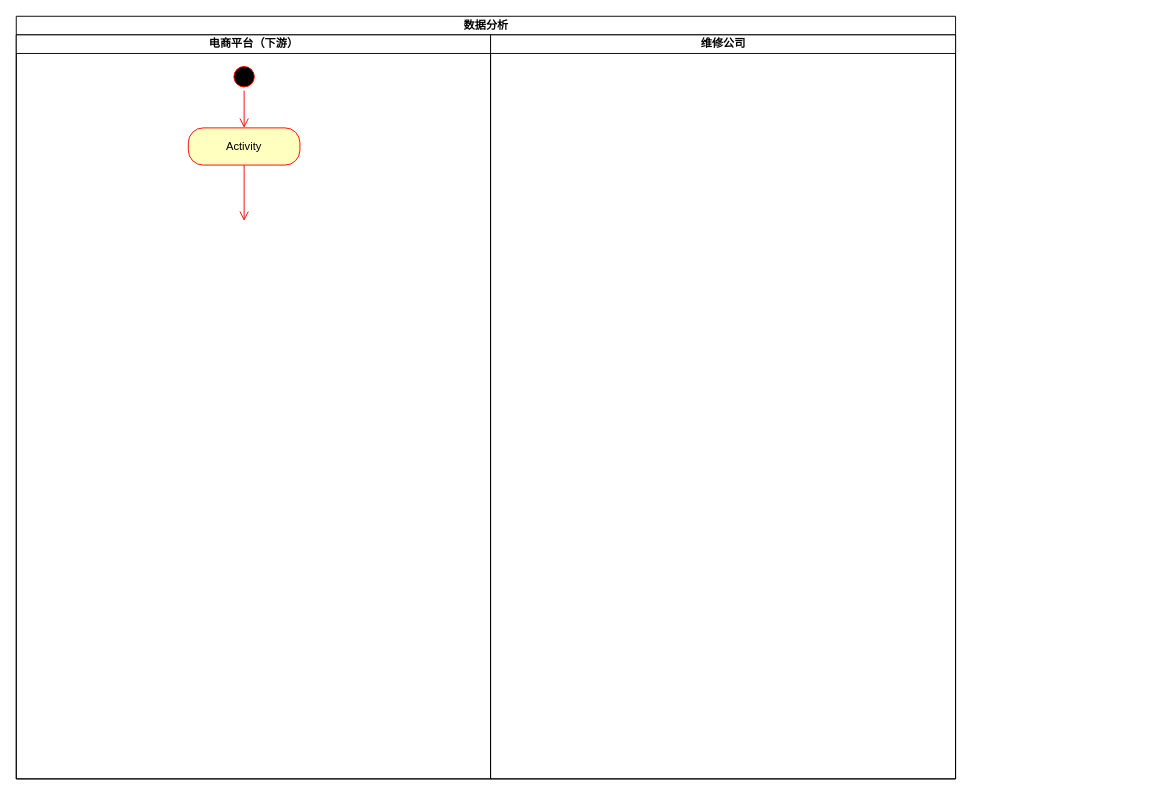
Earlier version of the draw.io diagram 数据分析活动图.drawio (2919282119/charts). Source tidied: cells renumbered, new cells numbered last; positions are measured from the earlier drawing's top-left corner, leaving out a move shared by most shapes. Both pictures are drawn from the tidied source at 93%, with x=0, y=0 at pixel (16, 16).
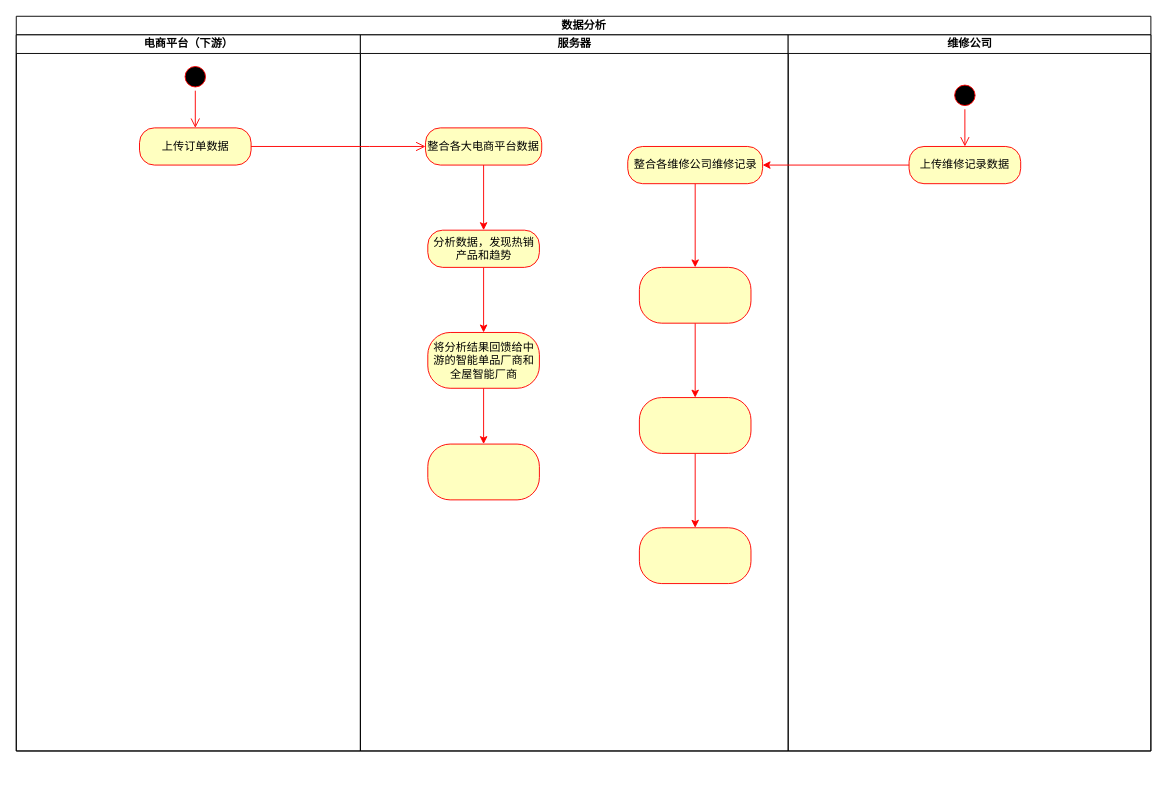
Above is the later version.

Commit message:
更新数据分析活动图.drawio

Diff of the diagram source:
```diff
@@
     <mxCell id="2" value="数据分析" style="swimlane;startSize=20;html=1;" parent="1" vertex="1">
-      <mxGeometry width="1010" height="820" as="geometry" />
+      <mxGeometry width="1220" height="790" as="geometry" />
     </mxCell>
     <mxCell id="3" value="电商平台（下游）" style="swimlane;startSize=20;html=1;" parent="2" vertex="1">
-      <mxGeometry y="20" width="510" height="800" as="geometry" />
+      <mxGeometry y="20" width="370" height="770" as="geometry" />
     </mxCell>
-    <mxCell id="4" style="ellipse;html=1;shape=startState;fillColor=#000000;strokeColor=#ff0000;" parent="3" vertex="1">
-      <mxGeometry x="230" y="30" width="30" height="30" as="geometry" />
-    </mxCell>
-    <mxCell id="5" style="edgeStyle=orthogonalEdgeStyle;html=1;verticalAlign=bottom;endArrow=open;endSize=8;strokeColor=#ff0000;rounded=0;entryX=0.5;entryY=0;entryDx=0;entryDy=0;" parent="3" edge="1" source="4" target="6">
-      <mxGeometry relative="1" as="geometry" />
-    </mxCell>
-    <mxCell id="6" value="Activity" style="rounded=1;whiteSpace=wrap;html=1;arcSize=40;fontColor=#000000;fillColor=#ffffc0;strokeColor=#ff0000;" parent="3" vertex="1">
-      <mxGeometry x="185" y="100" width="120" height="40" as="geometry" />
-    </mxCell>
-    <mxCell id="7" style="edgeStyle=orthogonalEdgeStyle;html=1;verticalAlign=bottom;endArrow=open;endSize=8;strokeColor=#ff0000;rounded=0;" parent="3" edge="1" source="6">
-      <mxGeometry relative="1" as="geometry">
-        <mxPoint x="245" y="200" as="targetPoint" />
-      </mxGeometry>
-    </mxCell>
+    <mxCell id="9" style="ellipse;html=1;shape=startState;fillColor=#000000;strokeColor=#ff0000;" parent="3" vertex="1">
+      <mxGeometry x="177.5" y="30" width="30" height="30" as="geometry" />
+    </mxCell>
+    <mxCell id="10" style="edgeStyle=orthogonalEdgeStyle;html=1;verticalAlign=bottom;endArrow=open;endSize=8;strokeColor=#ff0000;rounded=0;entryX=0.5;entryY=0;entryDx=0;entryDy=0;" parent="3" edge="1" source="9" target="11">
+      <mxGeometry relative="1" as="geometry" />
+    </mxCell>
+    <mxCell id="11" value="上传订单数据" style="rounded=1;whiteSpace=wrap;html=1;arcSize=40;fontColor=#000000;fillColor=#ffffc0;strokeColor=#ff0000;" parent="3" vertex="1">
+      <mxGeometry x="132.5" y="100" width="120" height="40" as="geometry" />
+    </mxCell>
+    <mxCell id="12" value="服务器" style="swimlane;startSize=20;html=1;" parent="2" vertex="1">
+      <mxGeometry x="370" y="20" width="460" height="770" as="geometry" />
+    </mxCell>
+    <mxCell id="13" style="edgeStyle=orthogonalEdgeStyle;rounded=0;jettySize=auto;html=1;strokeColor=#FF0000;" parent="12" edge="1" source="14" target="22">
+      <mxGeometry relative="1" as="geometry" />
+    </mxCell>
+    <mxCell id="14" value="整合各大电商平台数据" style="rounded=1;whiteSpace=wrap;html=1;arcSize=40;fontColor=#000000;fillColor=#ffffc0;strokeColor=#ff0000;" parent="12" vertex="1">
+      <mxGeometry x="70" y="100" width="125" height="40" as="geometry" />
+    </mxCell>
+    <mxCell id="15" style="edgeStyle=orthogonalEdgeStyle;rounded=0;jettySize=auto;html=1;strokeColor=#FF0000;" parent="12" edge="1" source="16" target="18">
+      <mxGeometry relative="1" as="geometry" />
+    </mxCell>
+    <mxCell id="16" value="整合各维修公司维修记录" style="whiteSpace=wrap;html=1;fillColor=#ffffc0;strokeColor=#ff0000;fontColor=#000000;rounded=1;arcSize=40;" parent="12" vertex="1">
+      <mxGeometry x="287.5" y="120" width="145" height="40" as="geometry" />
+    </mxCell>
+    <mxCell id="17" style="edgeStyle=orthogonalEdgeStyle;rounded=0;jettySize=auto;html=1;strokeColor=#FF0000;" parent="12" edge="1" source="18" target="20">
+      <mxGeometry relative="1" as="geometry" />
+    </mxCell>
+    <mxCell id="18" style="whiteSpace=wrap;html=1;fillColor=#ffffc0;strokeColor=#ff0000;fontColor=#000000;rounded=1;arcSize=40;" parent="12" vertex="1">
+      <mxGeometry x="300" y="250" width="120" height="60" as="geometry" />
+    </mxCell>
+    <mxCell id="19" style="edgeStyle=orthogonalEdgeStyle;rounded=0;jettySize=auto;html=1;strokeColor=#FF0000;" parent="12" edge="1" source="20" target="26">
+      <mxGeometry relative="1" as="geometry" />
+    </mxCell>
+    <mxCell id="20" style="whiteSpace=wrap;html=1;fillColor=#ffffc0;strokeColor=#ff0000;fontColor=#000000;rounded=1;arcSize=40;" parent="12" vertex="1">
+      <mxGeometry x="300" y="390" width="120" height="60" as="geometry" />
+    </mxCell>
+    <mxCell id="21" style="edgeStyle=orthogonalEdgeStyle;rounded=0;jettySize=auto;html=1;strokeColor=#FF0000;" parent="12" edge="1" source="22" target="24">
+      <mxGeometry relative="1" as="geometry" />
+    </mxCell>
+    <mxCell id="22" value="分析数据，发现热销产品和趋势" style="whiteSpace=wrap;html=1;fillColor=#ffffc0;strokeColor=#ff0000;fontColor=#000000;rounded=1;arcSize=40;" parent="12" vertex="1">
+      <mxGeometry x="72.5" y="210" width="120" height="40" as="geometry" />
+    </mxCell>
+    <mxCell id="23" style="edgeStyle=orthogonalEdgeStyle;rounded=0;jettySize=auto;html=1;strokeColor=#FF0000;" parent="12" edge="1" source="24" target="25">
+      <mxGeometry relative="1" as="geometry" />
+    </mxCell>
+    <mxCell id="24" value="将分析结果回馈给中游的智能单品厂商和全屋智能厂商" style="whiteSpace=wrap;html=1;fillColor=#ffffc0;strokeColor=#ff0000;fontColor=#000000;rounded=1;arcSize=40;" parent="12" vertex="1">
+      <mxGeometry x="72.5" y="320" width="120" height="60" as="geometry" />
+    </mxCell>
+    <mxCell id="25" style="whiteSpace=wrap;html=1;fillColor=#ffffc0;strokeColor=#ff0000;fontColor=#000000;rounded=1;arcSize=40;" parent="12" vertex="1">
+      <mxGeometry x="72.5" y="440" width="120" height="60" as="geometry" />
+    </mxCell>
+    <mxCell id="26" style="whiteSpace=wrap;html=1;fillColor=#ffffc0;strokeColor=#ff0000;fontColor=#000000;rounded=1;arcSize=40;" parent="12" vertex="1">
+      <mxGeometry x="300" y="530" width="120" height="60" as="geometry" />
+    </mxCell>
     <mxCell id="8" value="维修公司" style="swimlane;startSize=20;html=1;" parent="2" vertex="1">
-      <mxGeometry x="510" y="20" width="500" height="800" as="geometry" />
+      <mxGeometry x="830" y="20" width="390" height="770" as="geometry" />
     </mxCell>
+    <mxCell id="27" style="ellipse;html=1;shape=startState;fillColor=#000000;strokeColor=#ff0000;" parent="8" vertex="1">
+      <mxGeometry x="175" y="50" width="30" height="30" as="geometry" />
+    </mxCell>
+    <mxCell id="28" style="edgeStyle=orthogonalEdgeStyle;html=1;verticalAlign=bottom;endArrow=open;endSize=8;strokeColor=#ff0000;rounded=0;entryX=0.5;entryY=0;entryDx=0;entryDy=0;" parent="8" edge="1" source="27" target="29">
+      <mxGeometry relative="1" as="geometry" />
+    </mxCell>
+    <mxCell id="29" value="上传维修记录数据" style="rounded=1;whiteSpace=wrap;html=1;arcSize=40;fontColor=#000000;fillColor=#ffffc0;strokeColor=#ff0000;" parent="8" vertex="1">
+      <mxGeometry x="130" y="120" width="120" height="40" as="geometry" />
+    </mxCell>
+    <mxCell id="30" style="edgeStyle=orthogonalEdgeStyle;html=1;verticalAlign=bottom;endArrow=open;endSize=8;strokeColor=#ff0000;rounded=0;entryX=0;entryY=0.5;entryDx=0;entryDy=0;" parent="2" edge="1" source="11" target="14">
+      <mxGeometry relative="1" as="geometry">
+        <Array as="points">
+          <mxPoint x="380" y="140" />
+          <mxPoint x="380" y="140" />
+        </Array>
+      </mxGeometry>
+    </mxCell>
+    <mxCell id="31" style="edgeStyle=orthogonalEdgeStyle;rounded=0;jettySize=auto;html=1;strokeColor=#FF0000;" parent="2" edge="1" source="29" target="16">
+      <mxGeometry relative="1" as="geometry" />
+    </mxCell>
```
